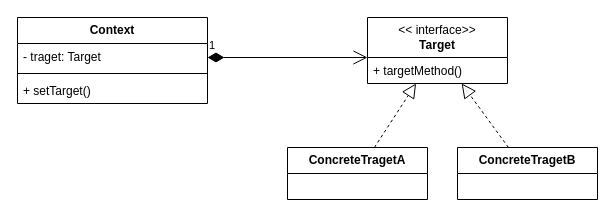
joelau71/uml keeps this draw.io diagram as strategy.drawio. Above is the earlier version. Source tidied: cells renumbered, new cells numbered last; positions are measured from the earlier drawing's top-left corner, leaving out a move shared by most shapes. Both pictures are drawn from the tidied source at 100%, with x=0, y=0 at pixel (17, 17).
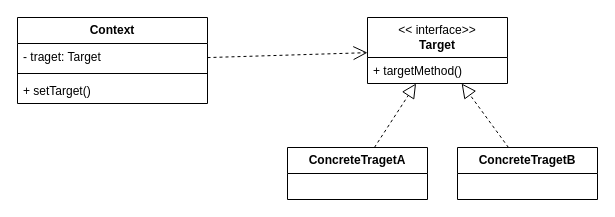
After the change.

The edit, as a diff of the source:
```diff
@@
 <mxGraphModel>
   <root>
     <mxCell id="0" />
     <mxCell id="1" parent="0" />
     <mxCell id="2" value="&amp;lt;&amp;lt; interface&amp;gt;&amp;gt;&lt;br&gt;&lt;b&gt;Target&lt;/b&gt;" style="swimlane;fontStyle=0;horizontal=1;startSize=40;fillColor=none;whiteSpace=wrap;html=1;" parent="1" vertex="1">
       <mxGeometry x="350" width="140" height="66" as="geometry" />
     </mxCell>
     <mxCell id="3" value="+ targetMethod()" style="text;strokeColor=none;fillColor=none;align=left;verticalAlign=top;spacingLeft=4;spacingRight=4;overflow=hidden;whiteSpace=wrap;html=1;" parent="2" vertex="1">
       <mxGeometry y="40" width="140" height="26" as="geometry" />
     </mxCell>
     <mxCell id="4" value="&lt;b&gt;Context&lt;/b&gt;" style="swimlane;fontStyle=0;horizontal=1;startSize=26;fillColor=none;whiteSpace=wrap;html=1;" parent="1" vertex="1">
       <mxGeometry width="190" height="86" as="geometry" />
     </mxCell>
     <mxCell id="5" value="- traget: Target" style="text;strokeColor=none;fillColor=none;align=left;verticalAlign=top;spacingLeft=4;spacingRight=4;overflow=hidden;whiteSpace=wrap;html=1;" parent="4" vertex="1">
       <mxGeometry y="26" width="190" height="26" as="geometry" />
     </mxCell>
     <mxCell id="6" style="line;strokeWidth=1;fillColor=none;align=left;verticalAlign=middle;spacingTop=-1;spacingLeft=3;spacingRight=3;labelPosition=right;strokeColor=inherit;" parent="4" vertex="1">
       <mxGeometry y="52" width="190" height="8" as="geometry" />
     </mxCell>
     <mxCell id="7" value="+ setTarget()" style="text;strokeColor=none;fillColor=none;align=left;verticalAlign=top;spacingLeft=4;spacingRight=4;overflow=hidden;whiteSpace=wrap;html=1;" parent="4" vertex="1">
       <mxGeometry y="60" width="190" height="26" as="geometry" />
     </mxCell>
-    <mxCell id="8" value="1" style="endArrow=open;html=1;endSize=12;startArrow=diamondThin;startSize=14;startFill=1;edgeStyle=orthogonalEdgeStyle;align=left;verticalAlign=bottom;rounded=0;" parent="1" edge="1">
-      <mxGeometry x="-1" y="3" relative="1" as="geometry">
-        <mxPoint x="190" y="40" as="sourcePoint" />
-        <mxPoint x="350" y="40" as="targetPoint" />
-      </mxGeometry>
-    </mxCell>
     <mxCell id="9" value="&lt;b&gt;ConcreteTragetA&lt;/b&gt;" style="swimlane;fontStyle=0;horizontal=1;startSize=26;fillColor=none;whiteSpace=wrap;html=1;" parent="1" vertex="1">
       <mxGeometry x="270" y="130" width="140" height="52" as="geometry" />
     </mxCell>
     <mxCell id="10" value="&lt;b&gt;ConcreteTragetB&lt;/b&gt;" style="swimlane;fontStyle=0;horizontal=1;startSize=26;fillColor=none;whiteSpace=wrap;html=1;" parent="1" vertex="1">
       <mxGeometry x="440" y="130" width="140" height="52" as="geometry" />
     </mxCell>
     <mxCell id="11" style="endArrow=block;dashed=1;endFill=0;endSize=12;html=1;rounded=0;" parent="1" edge="1" source="9" target="2">
       <mxGeometry relative="1" as="geometry" />
     </mxCell>
     <mxCell id="12" style="endArrow=block;dashed=1;endFill=0;endSize=12;html=1;rounded=0;" parent="1" edge="1" source="10" target="2">
       <mxGeometry relative="1" as="geometry" />
     </mxCell>
+    <mxCell id="13" style="endArrow=open;endSize=12;dashed=1;html=1;rounded=0;" parent="1" edge="1" source="4" target="2">
+      <mxGeometry relative="1" as="geometry" />
+    </mxCell>
   </root>
 </mxGraphModel>
```
